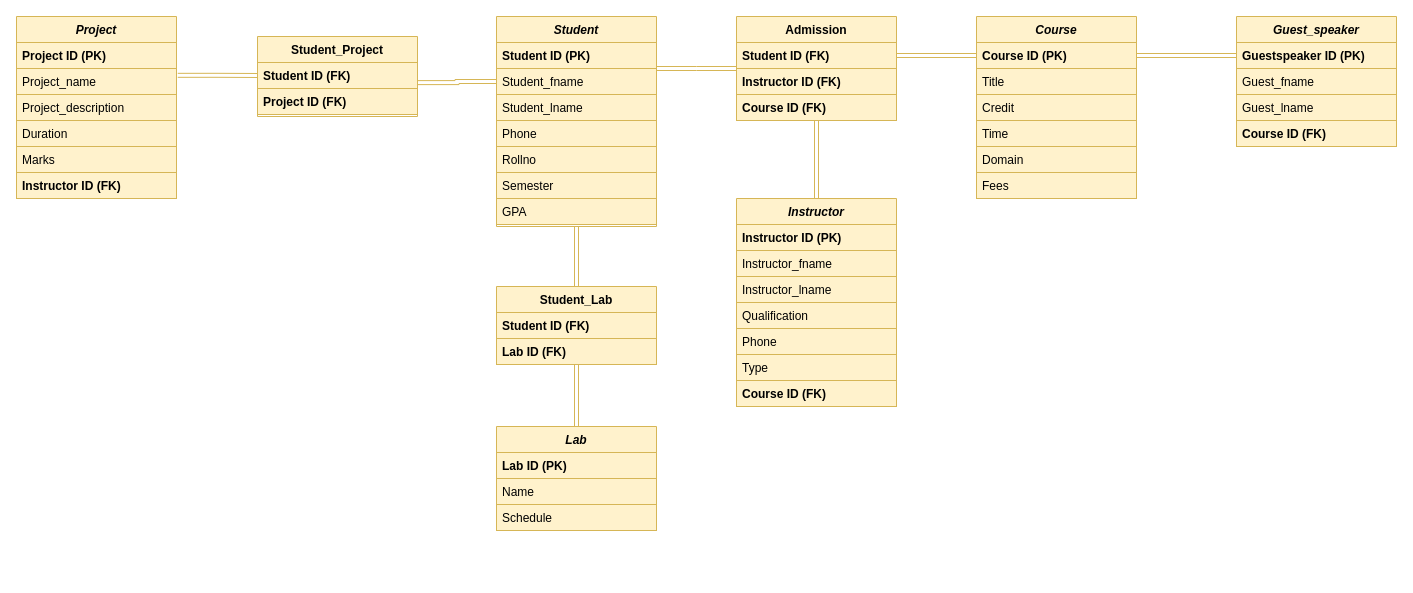
Above: Untitled Diagram.drawio in sujalthakuri/h (draw.io), before the change. Source tidied: cells renumbered, new cells numbered last; positions are measured from the earlier drawing's top-left corner, leaving out a move shared by most shapes. Both pictures are drawn from the tidied source at 100%, with x=0, y=0 at pixel (16, 16).
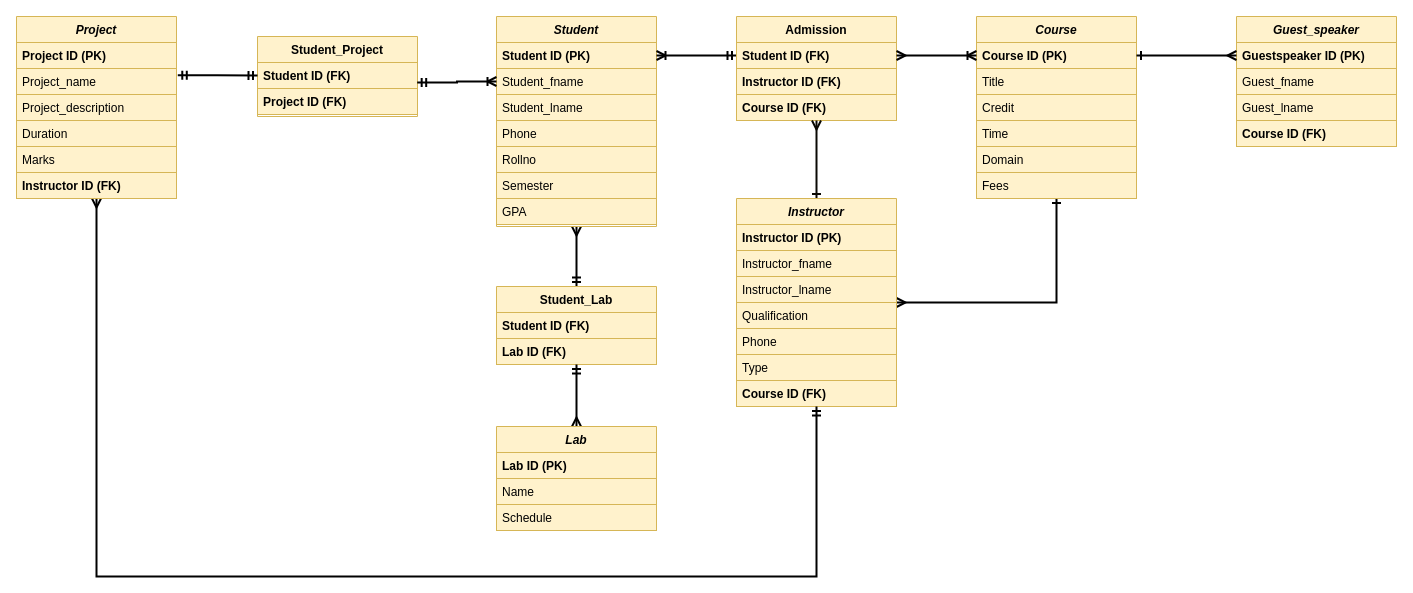
After the change.

The change refers to these unchanged cells:
```xml
<mxCell id="3" value="Student" style="swimlane;fontStyle=3;align=center;verticalAlign=top;horizontal=1;startSize=26;rounded=0;shadow=0;strokeWidth=1;fillColor=#fff2cc;strokeColor=#d6b656;" parent="1" vertex="1">
  <mxGeometry x="480" width="160" height="210" as="geometry" />
</mxCell>
<mxCell id="4" value="Student ID (PK)" style="text;align=left;verticalAlign=top;spacingLeft=4;spacingRight=4;overflow=hidden;points=[[0,0.5],[1,0.5]];portConstraint=eastwest;fontStyle=1;strokeColor=#d6b656;fillColor=#fff2cc;" parent="3" vertex="1">
  <mxGeometry y="26" width="160" height="26" as="geometry" />
</mxCell>
<mxCell id="5" value="Student_fname" style="text;align=left;verticalAlign=top;spacingLeft=4;spacingRight=4;overflow=hidden;points=[[0,0.5],[1,0.5]];portConstraint=eastwest;rounded=0;shadow=0;html=0;fillColor=#fff2cc;strokeColor=#d6b656;" parent="3" vertex="1">
  <mxGeometry y="52" width="160" height="26" as="geometry" />
</mxCell>
<mxCell id="11" value="Admission" style="swimlane;fontStyle=1;align=center;verticalAlign=top;horizontal=1;startSize=26;rounded=0;shadow=0;strokeWidth=1;fillColor=#fff2cc;strokeColor=#d6b656;" parent="1" vertex="1">
  <mxGeometry x="720" width="160" height="104" as="geometry" />
</mxCell>
<mxCell id="12" value="Student ID (FK)" style="text;align=left;verticalAlign=top;spacingLeft=4;spacingRight=4;overflow=hidden;points=[[0,0.5],[1,0.5]];portConstraint=eastwest;fontStyle=1;fillColor=#fff2cc;strokeColor=#d6b656;" parent="11" vertex="1">
  <mxGeometry y="26" width="160" height="26" as="geometry" />
</mxCell>
<mxCell id="17" value="Instructor" style="swimlane;fontStyle=3;align=center;verticalAlign=top;horizontal=1;startSize=26;rounded=0;shadow=0;strokeWidth=1;fillColor=#fff2cc;strokeColor=#d6b656;" parent="1" vertex="1">
  <mxGeometry x="720" y="182" width="160" height="208" as="geometry" />
</mxCell>
<mxCell id="25" value="Course" style="swimlane;fontStyle=3;align=center;verticalAlign=top;horizontal=1;startSize=26;rounded=0;shadow=0;strokeWidth=1;fillColor=#fff2cc;strokeColor=#d6b656;" parent="1" vertex="1">
  <mxGeometry x="960" width="160" height="182" as="geometry" />
</mxCell>
<mxCell id="26" value="Course ID (PK)" style="text;align=left;verticalAlign=top;spacingLeft=4;spacingRight=4;overflow=hidden;points=[[0,0.5],[1,0.5]];portConstraint=eastwest;fontStyle=1;strokeColor=#d6b656;fillColor=#fff2cc;" parent="25" vertex="1">
  <mxGeometry y="26" width="160" height="26" as="geometry" />
</mxCell>
<mxCell id="33" value="Student_Lab" style="swimlane;fontStyle=1;align=center;verticalAlign=top;horizontal=1;startSize=26;rounded=0;shadow=0;strokeWidth=1;fillColor=#fff2cc;strokeColor=#d6b656;" parent="1" vertex="1">
  <mxGeometry x="480" y="270" width="160" height="78" as="geometry" />
</mxCell>
<mxCell id="37" value="Lab" style="swimlane;fontStyle=3;align=center;verticalAlign=top;horizontal=1;startSize=26;rounded=0;shadow=0;strokeWidth=1;fillColor=#fff2cc;strokeColor=#d6b656;" parent="1" vertex="1">
  <mxGeometry x="480" y="410" width="160" height="104" as="geometry" />
</mxCell>
<mxCell id="42" value="Guestspeaker ID (PK)" style="text;align=left;verticalAlign=top;spacingLeft=4;spacingRight=4;overflow=hidden;points=[[0,0.5],[1,0.5]];portConstraint=eastwest;fontStyle=1;strokeColor=#d6b656;fillColor=#fff2cc;" parent="41" vertex="1">
  <mxGeometry y="26" width="160" height="26" as="geometry" />
</mxCell>
<mxCell id="48" value="Student ID (FK)" style="text;align=left;verticalAlign=top;spacingLeft=4;spacingRight=4;overflow=hidden;points=[[0,0.5],[1,0.5]];portConstraint=eastwest;fontStyle=1;fillColor=#fff2cc;strokeColor=#d6b656;" parent="47" vertex="1">
  <mxGeometry y="26" width="160" height="26" as="geometry" />
</mxCell>
<mxCell id="50" value="Project" style="swimlane;fontStyle=3;align=center;verticalAlign=top;horizontal=1;startSize=26;rounded=0;shadow=0;strokeWidth=1;fillColor=#fff2cc;strokeColor=#d6b656;" parent="1" vertex="1">
  <mxGeometry width="160" height="182" as="geometry" />
</mxCell>
<mxCell id="52" value="Project_name" style="text;align=left;verticalAlign=top;spacingLeft=4;spacingRight=4;overflow=hidden;points=[[0,0.5],[1,0.5]];portConstraint=eastwest;rounded=0;shadow=0;html=0;fillColor=#fff2cc;strokeColor=#d6b656;" parent="50" vertex="1">
  <mxGeometry y="52" width="160" height="26" as="geometry" />
</mxCell>
```

The edit, as a diff of the source:
```diff
@@
-    <mxCell id="2" style="edgeStyle=orthogonalEdgeStyle;rounded=0;jettySize=auto;html=1;exitX=0.5;exitY=1;exitDx=0;exitDy=0;entryX=0.5;entryY=0;entryDx=0;entryDy=0;fillColor=#fff2cc;strokeColor=#d6b656;shape=link;" parent="1" edge="1" source="3" target="33">
+    <mxCell id="2" style="edgeStyle=orthogonalEdgeStyle;rounded=0;jettySize=auto;html=1;exitX=0.5;exitY=1;exitDx=0;exitDy=0;entryX=0.5;entryY=0;entryDx=0;entryDy=0;strokeWidth=2;endArrow=ERmandOne;endFill=0;startArrow=ERmany;startFill=0;" parent="1" edge="1" source="3" target="33">
       <mxGeometry relative="1" as="geometry" />
     </mxCell>
@@
+    <mxCell id="59" style="edgeStyle=orthogonalEdgeStyle;rounded=0;jettySize=auto;html=1;exitX=0;exitY=0.5;exitDx=0;exitDy=0;entryX=1;entryY=0.5;entryDx=0;entryDy=0;strokeWidth=2;endArrow=ERoneToMany;endFill=0;startArrow=ERmandOne;startFill=0;" parent="1" edge="1" source="12" target="4">
+      <mxGeometry relative="1" as="geometry" />
+    </mxCell>
@@
-    <mxCell id="15" style="endArrow=open;shadow=0;strokeWidth=1;rounded=0;endFill=1;edgeStyle=elbowEdgeStyle;elbow=vertical;fillColor=#fff2cc;strokeColor=#d6b656;shape=link;" parent="1" edge="1" source="3" target="11">
-      <mxGeometry x="0.5" y="41" relative="1" as="geometry">
-        <mxPoint x="-40" y="32" as="offset" />
-      </mxGeometry>
-    </mxCell>
-    <mxCell id="16" style="edgeStyle=orthogonalEdgeStyle;rounded=0;jettySize=auto;html=1;exitX=0.5;exitY=0;exitDx=0;exitDy=0;fillColor=#fff2cc;strokeColor=#d6b656;shape=link;" parent="1" edge="1" source="17" target="11">
+    <mxCell id="16" style="edgeStyle=orthogonalEdgeStyle;rounded=0;jettySize=auto;html=1;exitX=0.5;exitY=0;exitDx=0;exitDy=0;fillColor=#fff2cc;strokeColor=#0A0904;strokeWidth=2;endArrow=ERmany;endFill=0;startArrow=ERone;startFill=0;" parent="1" edge="1" source="17" target="11">
       <mxGeometry relative="1" as="geometry" />
     </mxCell>
+    <mxCell id="60" style="edgeStyle=orthogonalEdgeStyle;rounded=0;jettySize=auto;html=1;exitX=1;exitY=0.5;exitDx=0;exitDy=0;entryX=0.5;entryY=1;entryDx=0;entryDy=0;strokeWidth=2;startArrow=ERmany;startFill=0;endArrow=ERone;endFill=0;" parent="1" edge="1" source="17" target="25">
+      <mxGeometry relative="1" as="geometry" />
+    </mxCell>
@@
-    <mxCell id="32" style="edgeStyle=orthogonalEdgeStyle;rounded=0;jettySize=auto;html=1;exitX=0;exitY=0.5;exitDx=0;exitDy=0;entryX=1;entryY=0.5;entryDx=0;entryDy=0;fillColor=#fff2cc;strokeColor=#d6b656;shape=link;" parent="1" edge="1" source="26" target="12">
-      <mxGeometry relative="1" as="geometry" />
-    </mxCell>
@@
-    <mxCell id="36" style="edgeStyle=orthogonalEdgeStyle;rounded=0;jettySize=auto;html=1;exitX=0.5;exitY=0;exitDx=0;exitDy=0;entryX=0.5;entryY=1;entryDx=0;entryDy=0;fillColor=#fff2cc;strokeColor=#d6b656;shape=link;" parent="1" edge="1" source="37" target="33">
+    <mxCell id="36" style="edgeStyle=orthogonalEdgeStyle;rounded=0;jettySize=auto;html=1;exitX=0.5;exitY=0;exitDx=0;exitDy=0;entryX=0.5;entryY=1;entryDx=0;entryDy=0;strokeWidth=2;endArrow=ERmandOne;endFill=0;startArrow=ERmany;startFill=0;" parent="1" edge="1" source="37" target="33">
       <mxGeometry relative="1" as="geometry" />
     </mxCell>
@@
-    <mxCell id="46" style="edgeStyle=orthogonalEdgeStyle;rounded=0;jettySize=auto;html=1;exitX=0;exitY=0.5;exitDx=0;exitDy=0;entryX=1;entryY=0.5;entryDx=0;entryDy=0;fillColor=#fff2cc;strokeColor=#d6b656;shape=link;" parent="1" edge="1" source="42" target="26">
+    <mxCell id="46" style="edgeStyle=orthogonalEdgeStyle;rounded=0;jettySize=auto;html=1;exitX=0;exitY=0.5;exitDx=0;exitDy=0;entryX=1;entryY=0.5;entryDx=0;entryDy=0;strokeWidth=2;startArrow=ERmany;startFill=0;endArrow=ERone;endFill=0;" parent="1" edge="1" source="42" target="26">
       <mxGeometry relative="1" as="geometry" />
     </mxCell>
@@
+    <mxCell id="61" style="edgeStyle=orthogonalEdgeStyle;rounded=0;jettySize=auto;html=1;exitX=0.5;exitY=1;exitDx=0;exitDy=0;entryX=0.5;entryY=1;entryDx=0;entryDy=0;strokeWidth=2;endArrow=ERmandOne;endFill=0;startArrow=ERmany;startFill=0;" parent="1" edge="1" source="50" target="17">
+      <mxGeometry relative="1" as="geometry">
+        <Array as="points">
+          <mxPoint x="80" y="560" />
+          <mxPoint x="800" y="560" />
+        </Array>
+      </mxGeometry>
+    </mxCell>
@@
-    <mxCell id="57" style="edgeStyle=orthogonalEdgeStyle;rounded=0;jettySize=auto;html=1;exitX=1.008;exitY=0.263;exitDx=0;exitDy=0;entryX=0;entryY=0.5;entryDx=0;entryDy=0;exitPerimeter=0;fillColor=#fff2cc;strokeColor=#d6b656;shape=link;" parent="1" edge="1" source="52" target="48">
+    <mxCell id="57" style="edgeStyle=orthogonalEdgeStyle;rounded=0;jettySize=auto;html=1;exitX=1.008;exitY=0.263;exitDx=0;exitDy=0;entryX=0;entryY=0.5;entryDx=0;entryDy=0;exitPerimeter=0;strokeWidth=2;startArrow=ERmandOne;startFill=0;endArrow=ERmandOne;endFill=0;" parent="1" edge="1" source="52" target="48">
       <mxGeometry relative="1" as="geometry" />
     </mxCell>
-    <mxCell id="58" style="edgeStyle=orthogonalEdgeStyle;rounded=0;jettySize=auto;html=1;exitX=0;exitY=0.5;exitDx=0;exitDy=0;entryX=0.998;entryY=0.774;entryDx=0;entryDy=0;entryPerimeter=0;fillColor=#fff2cc;strokeColor=#d6b656;shape=link;" parent="1" edge="1" source="5" target="48">
+    <mxCell id="58" style="edgeStyle=orthogonalEdgeStyle;rounded=0;jettySize=auto;html=1;exitX=0;exitY=0.5;exitDx=0;exitDy=0;entryX=0.998;entryY=0.774;entryDx=0;entryDy=0;entryPerimeter=0;strokeWidth=2;endArrow=ERmandOne;endFill=0;startArrow=ERoneToMany;startFill=0;" parent="1" edge="1" source="5" target="48">
       <mxGeometry relative="1" as="geometry" />
     </mxCell>
+    <mxCell id="62" style="edgeStyle=orthogonalEdgeStyle;rounded=0;jettySize=auto;html=1;exitX=1;exitY=0.5;exitDx=0;exitDy=0;entryX=0;entryY=0.5;entryDx=0;entryDy=0;strokeWidth=2;endArrow=ERoneToMany;endFill=0;startArrow=ERmany;startFill=0;" parent="1" edge="1" source="12" target="26">
+      <mxGeometry relative="1" as="geometry" />
+    </mxCell>
```
